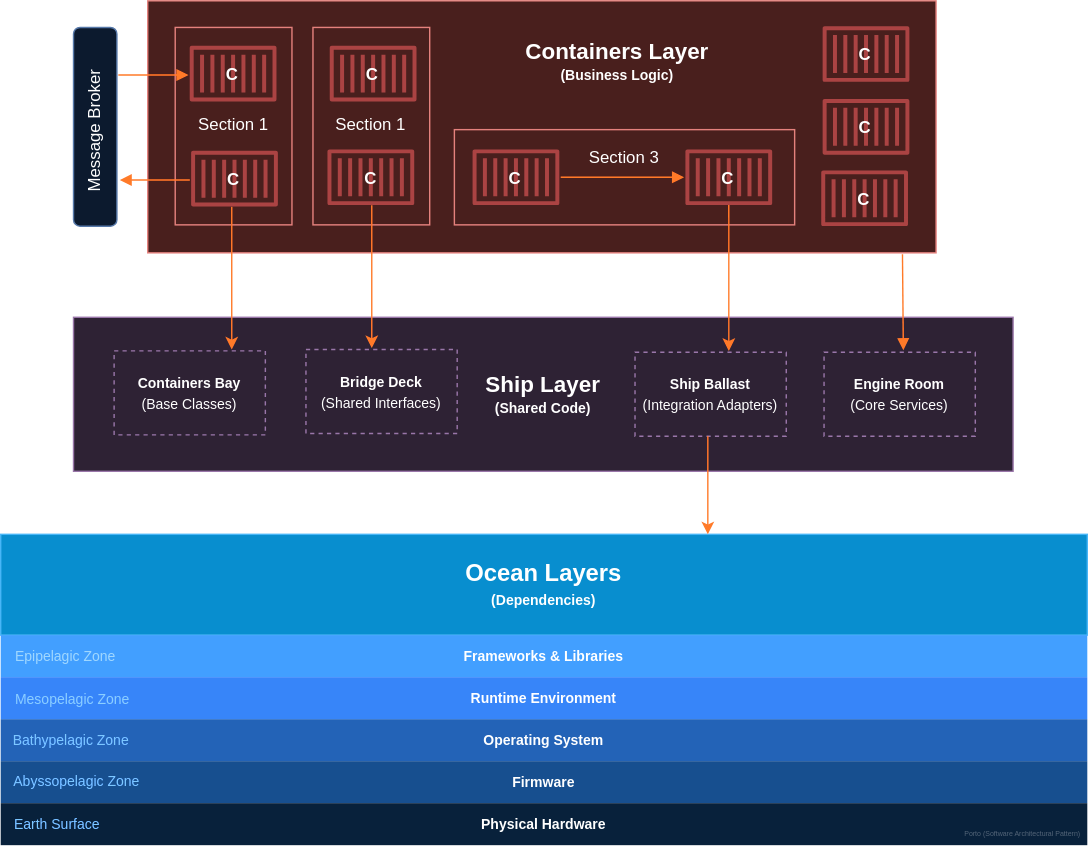
Earlier version of the draw.io export docs/static/img/diagrams/porto_layers.svg (Mahmoudz/Porto). Source tidied: cells renumbered, new cells last; positions are measured from the earlier drawing's top-left corner, leaving out a move shared by most shapes.
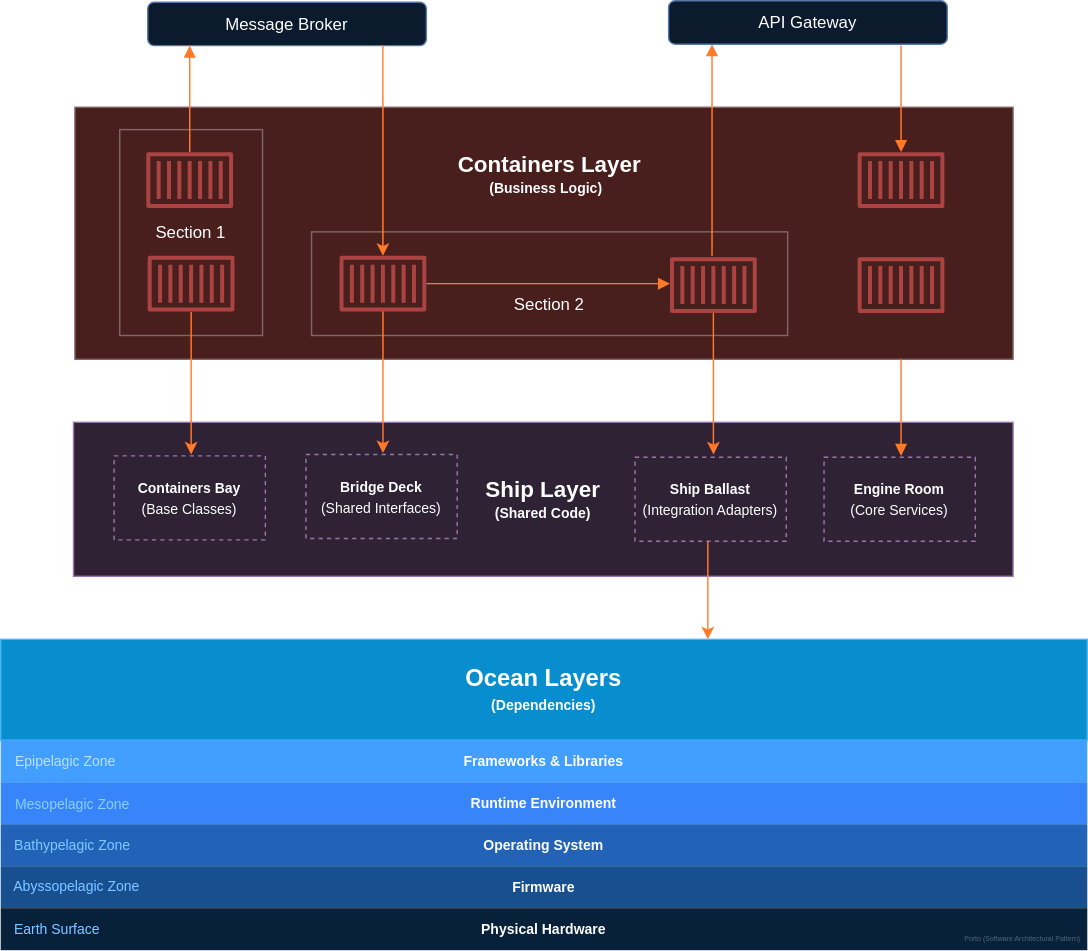
Later version of the same file.

The edit, as a diff of the source:
```diff
@@ -2,11 +2,11 @@
   <root>
     <mxCell id="0" />
     <mxCell id="1" parent="0" />
-    <mxCell id="2" style="rounded=0;whiteSpace=wrap;html=1;fillColor=#f8cecc;strokeColor=#b85450;" parent="1" vertex="1">
-      <mxGeometry x="105" width="563" height="180" as="geometry" />
+    <mxCell id="2" style="rounded=0;whiteSpace=wrap;html=1;fillColor=#f8cecc;strokeColor=#AB8E8D;" parent="1" vertex="1">
+      <mxGeometry x="53" y="1" width="670" height="180" as="geometry" />
     </mxCell>
-    <mxCell id="3" value="&lt;span style=&quot;font-weight: 400;&quot;&gt;Section 3&lt;/span&gt;&lt;div&gt;&lt;span style=&quot;font-weight: 400;&quot;&gt;&lt;br&gt;&lt;/span&gt;&lt;/div&gt;&lt;div&gt;&lt;span style=&quot;font-weight: 400;&quot;&gt;&lt;br&gt;&lt;/span&gt;&lt;/div&gt;" style="rounded=0;whiteSpace=wrap;html=1;fillColor=#f8cecc;strokeColor=#b85450;strokeWidth=1;fontStyle=1;" parent="1" vertex="1">
-      <mxGeometry x="324" y="92" width="243" height="68" as="geometry" />
+    <mxCell id="3" value="&lt;br&gt;&lt;div&gt;&lt;span style=&quot;font-weight: 400;&quot;&gt;&lt;br&gt;&lt;/span&gt;&lt;/div&gt;&lt;div&gt;&lt;span style=&quot;font-weight: 400;&quot;&gt;Section 2&lt;/span&gt;&lt;span style=&quot;font-weight: 400;&quot;&gt;&lt;br&gt;&lt;/span&gt;&lt;/div&gt;" style="rounded=0;whiteSpace=wrap;html=1;fillColor=#f8cecc;strokeColor=#AB8E8D;strokeWidth=1;fontStyle=1;" parent="1" vertex="1">
+      <mxGeometry x="222" y="90" width="340" height="74" as="geometry" />
     </mxCell>
     <mxCell id="4" value="&lt;div&gt;&lt;font color=&quot;#000000&quot;&gt;&lt;b style=&quot;background-color: initial;&quot;&gt;&lt;font style=&quot;font-size: 17px;&quot;&gt;Ocean Layers&lt;/font&gt;&lt;/b&gt;&lt;br&gt;&lt;/font&gt;&lt;/div&gt;&lt;div style=&quot;&quot;&gt;&lt;font color=&quot;#000000&quot;&gt;&lt;font style=&quot;font-size: 10px;&quot;&gt;&lt;b&gt;&lt;font style=&quot;font-size: 10px;&quot;&gt;(&lt;/font&gt;&lt;/b&gt;&lt;/font&gt;&lt;span style=&quot;background-color: initial; font-size: 10px;&quot;&gt;&lt;b&gt;Dependencies&lt;/b&gt;&lt;/span&gt;&lt;b style=&quot;font-size: 10px; background-color: initial;&quot;&gt;)&lt;/b&gt;&lt;/font&gt;&lt;/div&gt;" style="rounded=0;whiteSpace=wrap;html=1;fillColor=#1ba1e2;strokeColor=#006EAF;fontColor=#ffffff;" parent="1" vertex="1">
       <mxGeometry y="381" width="776" height="72" as="geometry" />
@@ -14,8 +14,8 @@
     <mxCell id="5" value="&lt;font size=&quot;1&quot;&gt;&lt;b style=&quot;&quot;&gt;&lt;span style=&quot;font-size: 16px;&quot;&gt;Ship Layer&lt;/span&gt;&lt;br&gt;(Shared Code)&lt;/b&gt;&lt;/font&gt;" style="rounded=0;whiteSpace=wrap;html=1;fillColor=#e1d5e7;strokeColor=#9673a6;" parent="1" vertex="1">
       <mxGeometry x="52" y="226" width="671" height="110" as="geometry" />
     </mxCell>
-    <mxCell id="6" value="&lt;font style=&quot;font-weight: normal;&quot;&gt;Section 1&lt;/font&gt;" style="rounded=0;whiteSpace=wrap;html=1;fillColor=#f8cecc;strokeColor=#b85450;strokeWidth=1;fontStyle=1;" parent="1" vertex="1">
-      <mxGeometry x="124.6" y="19" width="83.4" height="141" as="geometry" />
+    <mxCell id="6" value="&lt;font style=&quot;font-weight: normal;&quot;&gt;Section 1&lt;/font&gt;" style="rounded=0;whiteSpace=wrap;html=1;fillColor=#f8cecc;strokeColor=#AB8E8D;strokeWidth=1;fontStyle=1;" parent="1" vertex="1">
+      <mxGeometry x="85" y="17" width="102" height="147" as="geometry" />
     </mxCell>
     <mxCell id="7" value="&lt;font style=&quot;font-size: 10px;&quot;&gt;&lt;b&gt;Engine Room&lt;/b&gt;&lt;br&gt;(Core Services)&lt;/font&gt;" style="rounded=0;whiteSpace=wrap;html=1;fillColor=#e1d5e7;strokeColor=#9673a6;dashed=1;" parent="1" vertex="1">
       <mxGeometry x="588" y="251" width="108" height="60" as="geometry" />
@@ -35,25 +35,9 @@
     <mxCell id="12" value="&lt;font&gt;&lt;span style=&quot;font-size: 10px;&quot;&gt;&lt;b&gt;Operating System&lt;/b&gt;&lt;/span&gt;&lt;br&gt;&lt;/font&gt;" style="rounded=0;whiteSpace=wrap;html=1;fillColor=#6BABFF;strokeColor=none;fontColor=default;" parent="1" vertex="1">
       <mxGeometry y="513" width="776" height="30" as="geometry" />
     </mxCell>
-    <mxCell id="13" value="&lt;font style=&quot;font-weight: normal;&quot;&gt;Section 1&lt;/font&gt;" style="rounded=0;whiteSpace=wrap;html=1;fillColor=#f8cecc;strokeColor=#b85450;strokeWidth=1;fontStyle=1;" parent="1" vertex="1">
-      <mxGeometry x="223" y="19" width="83.4" height="141" as="geometry" />
-    </mxCell>
-    <mxCell id="14" style="group;" parent="1" vertex="1">
-      <mxGeometry x="233.4" y="106" width="61.9" height="40" as="geometry" />
-    </mxCell>
-    <mxCell id="15" style="group;" parent="14" vertex="1">
-      <mxGeometry width="61.9" height="40" as="geometry" />
-    </mxCell>
-    <mxCell id="16" style="sketch=0;fillColor=#F89090;dashed=0;verticalLabelPosition=bottom;verticalAlign=top;align=center;html=1;fontSize=12;fontStyle=1;shape=mxgraph.aws4.container_1;strokeColor=#b85450;fontColor=default;" parent="15" vertex="1">
-      <mxGeometry width="61.9" height="40" as="geometry" />
-    </mxCell>
-    <mxCell id="17" value="C" style="text;html=1;align=center;verticalAlign=middle;strokeColor=none;fillColor=none;fontStyle=1;fontColor=default;" parent="15" vertex="1">
-      <mxGeometry x="16.6" y="8" width="27" height="26" as="geometry" />
-    </mxCell>
-    <mxCell id="18" style="endArrow=none;html=1;rounded=0;startArrow=block;startFill=1;endFill=0;strokeColor=#e65200;" parent="1" edge="1">
+    <mxCell id="18" style="endArrow=none;html=1;rounded=0;startArrow=block;startFill=1;endFill=0;strokeColor=#e65200;" parent="1" edge="1" target="41">
       <mxGeometry relative="1" as="geometry">
-        <mxPoint x="488" y="126" as="sourcePoint" />
-        <mxPoint x="399.9" y="126" as="targetPoint" />
+        <mxPoint x="478" y="127" as="sourcePoint" />
       </mxGeometry>
     </mxCell>
     <mxCell id="19" value="&lt;font&gt;&lt;span style=&quot;font-size: 10px;&quot;&gt;&lt;b&gt;Firmware&lt;/b&gt;&lt;/span&gt;&lt;br&gt;&lt;/font&gt;" style="rounded=0;whiteSpace=wrap;html=1;fillColor=#87BFFF;strokeColor=none;fontColor=default;gradientColor=none;glass=0;" parent="1" vertex="1">
@@ -67,14 +51,14 @@
     </mxCell>
     <mxCell id="22" style="endArrow=classic;html=1;rounded=0;fontColor=default;strokeColor=#e65200;" parent="1" edge="1">
       <mxGeometry relative="1" as="geometry">
-        <mxPoint x="265" y="146" as="sourcePoint" />
-        <mxPoint x="265" y="248" as="targetPoint" />
+        <mxPoint x="273" y="146" as="sourcePoint" />
+        <mxPoint x="273" y="248" as="targetPoint" />
       </mxGeometry>
     </mxCell>
-    <mxCell id="23" style="endArrow=none;html=1;rounded=0;fontColor=default;strokeColor=#e65200;exitX=0.404;exitY=-0.009;exitDx=0;exitDy=0;startArrow=block;startFill=1;endFill=0;exitPerimeter=0;" parent="1" edge="1">
+    <mxCell id="23" style="endArrow=none;html=1;rounded=0;fontColor=default;strokeColor=#e65200;startArrow=block;startFill=1;endFill=0;" parent="1" edge="1">
       <mxGeometry relative="1" as="geometry">
-        <mxPoint x="644.6" y="249.5" as="sourcePoint" />
-        <mxPoint x="644" y="181" as="targetPoint" />
+        <mxPoint x="643" y="250" as="sourcePoint" />
+        <mxPoint x="643" y="181" as="targetPoint" />
       </mxGeometry>
     </mxCell>
     <mxCell id="24" style="endArrow=classic;html=1;rounded=0;fontColor=default;strokeColor=#e65200;" parent="1" edge="1">
@@ -85,136 +69,79 @@
     </mxCell>
     <mxCell id="25" style="endArrow=classic;html=1;rounded=0;fontColor=default;strokeColor=#e65200;" parent="1" edge="1" source="45">
       <mxGeometry relative="1" as="geometry">
-        <mxPoint x="520" y="250" as="targetPoint" />
+        <mxPoint x="509" y="249" as="targetPoint" />
       </mxGeometry>
     </mxCell>
     <mxCell id="26" style="endArrow=classic;html=1;rounded=0;fontColor=default;strokeColor=#e65200;" parent="1" edge="1">
       <mxGeometry relative="1" as="geometry">
-        <mxPoint x="165" y="147" as="sourcePoint" />
-        <mxPoint x="165" y="249" as="targetPoint" />
+        <mxPoint x="136" y="147" as="sourcePoint" />
+        <mxPoint x="136" y="249" as="targetPoint" />
       </mxGeometry>
     </mxCell>
     <mxCell id="27" style="group;" parent="1" vertex="1">
-      <mxGeometry x="136" y="107" width="61.9" height="40" as="geometry" />
+      <mxGeometry x="105" y="107" width="61.9" height="43" as="geometry" />
     </mxCell>
     <mxCell id="28" style="group;" parent="27" vertex="1">
-      <mxGeometry width="61.9" height="40" as="geometry" />
+      <mxGeometry width="61.9" height="43" as="geometry" />
     </mxCell>
     <mxCell id="29" style="sketch=0;fillColor=#F89090;dashed=0;verticalLabelPosition=bottom;verticalAlign=top;align=center;html=1;fontSize=12;fontStyle=1;shape=mxgraph.aws4.container_1;strokeColor=#b85450;fontColor=default;" parent="28" vertex="1">
       <mxGeometry width="61.9" height="40" as="geometry" />
     </mxCell>
-    <mxCell id="30" value="C" style="text;html=1;align=center;verticalAlign=middle;strokeColor=none;fillColor=none;fontStyle=1;fontColor=default;" parent="28" vertex="1">
-      <mxGeometry x="16.6" y="8" width="27" height="26" as="geometry" />
-    </mxCell>
     <mxCell id="31" style="group;" parent="1" vertex="1">
-      <mxGeometry x="135" y="32" width="61.9" height="40" as="geometry" />
+      <mxGeometry x="104" y="33" width="61.9" height="43" as="geometry" />
     </mxCell>
     <mxCell id="32" style="group;" parent="31" vertex="1">
-      <mxGeometry width="61.9" height="40" as="geometry" />
+      <mxGeometry width="61.9" height="43" as="geometry" />
     </mxCell>
     <mxCell id="33" style="sketch=0;fillColor=#F89090;dashed=0;verticalLabelPosition=bottom;verticalAlign=top;align=center;html=1;fontSize=12;fontStyle=1;shape=mxgraph.aws4.container_1;strokeColor=#b85450;fontColor=default;" parent="32" vertex="1">
       <mxGeometry width="61.9" height="40" as="geometry" />
     </mxCell>
-    <mxCell id="34" value="C" style="text;html=1;align=center;verticalAlign=middle;strokeColor=none;fillColor=none;fontStyle=1;fontColor=default;" parent="32" vertex="1">
-      <mxGeometry x="16.6" y="8" width="27" height="26" as="geometry" />
-    </mxCell>
-    <mxCell id="35" style="group;" parent="1" vertex="1">
-      <mxGeometry x="235" y="32" width="61.9" height="40" as="geometry" />
-    </mxCell>
-    <mxCell id="36" style="group;" parent="35" vertex="1">
-      <mxGeometry width="61.9" height="40" as="geometry" />
-    </mxCell>
-    <mxCell id="37" style="sketch=0;fillColor=#F89090;dashed=0;verticalLabelPosition=bottom;verticalAlign=top;align=center;html=1;fontSize=12;fontStyle=1;shape=mxgraph.aws4.container_1;strokeColor=#b85450;fontColor=default;" parent="36" vertex="1">
-      <mxGeometry width="61.9" height="40" as="geometry" />
-    </mxCell>
-    <mxCell id="38" value="C" style="text;html=1;align=center;verticalAlign=middle;strokeColor=none;fillColor=none;fontStyle=1;fontColor=default;" parent="36" vertex="1">
-      <mxGeometry x="16.6" y="8" width="27" height="26" as="geometry" />
-    </mxCell>
     <mxCell id="39" style="group;" parent="1" vertex="1">
-      <mxGeometry x="337" y="106" width="61.9" height="40" as="geometry" />
+      <mxGeometry x="242" y="107" width="61.9" height="43" as="geometry" />
     </mxCell>
     <mxCell id="40" style="group;" parent="39" vertex="1">
-      <mxGeometry width="61.9" height="40" as="geometry" />
+      <mxGeometry width="61.9" height="43" as="geometry" />
     </mxCell>
     <mxCell id="41" style="sketch=0;outlineConnect=0;fillColor=#F89090;dashed=0;verticalLabelPosition=bottom;verticalAlign=top;align=center;html=1;fontSize=12;fontStyle=1;shape=mxgraph.aws4.container_1;strokeColor=#b85450;fontColor=default;" parent="40" vertex="1">
       <mxGeometry width="61.9" height="40" as="geometry" />
     </mxCell>
-    <mxCell id="42" value="C" style="text;html=1;align=center;verticalAlign=middle;strokeColor=none;fillColor=none;fontStyle=1;fontColor=default;" parent="40" vertex="1">
-      <mxGeometry x="16.6" y="8" width="27" height="26" as="geometry" />
-    </mxCell>
     <mxCell id="43" style="group;" parent="1" vertex="1">
-      <mxGeometry x="489" y="106" width="61.9" height="40" as="geometry" />
+      <mxGeometry x="478" y="108" width="61.9" height="43" as="geometry" />
     </mxCell>
     <mxCell id="44" style="group;" parent="43" vertex="1">
-      <mxGeometry width="61.9" height="40" as="geometry" />
+      <mxGeometry width="61.9" height="43" as="geometry" />
     </mxCell>
     <mxCell id="45" style="sketch=0;outlineConnect=0;fillColor=#F89090;dashed=0;verticalLabelPosition=bottom;verticalAlign=top;align=center;html=1;fontSize=12;fontStyle=1;shape=mxgraph.aws4.container_1;strokeColor=#b85450;fontColor=default;" parent="44" vertex="1">
       <mxGeometry width="61.9" height="40" as="geometry" />
     </mxCell>
-    <mxCell id="46" value="C" style="text;html=1;align=center;verticalAlign=middle;strokeColor=none;fillColor=none;fontStyle=1;fontColor=default;" parent="44" vertex="1">
-      <mxGeometry x="16.6" y="8" width="27" height="26" as="geometry" />
-    </mxCell>
     <mxCell id="47" style="group;" parent="1" vertex="1">
-      <mxGeometry x="586" y="121" width="61.9" height="40" as="geometry" />
+      <mxGeometry x="612" y="108" width="61.9" height="43" as="geometry" />
     </mxCell>
     <mxCell id="48" style="group;" parent="47" vertex="1">
-      <mxGeometry width="61.9" height="40" as="geometry" />
+      <mxGeometry width="61.9" height="43" as="geometry" />
     </mxCell>
     <mxCell id="49" style="sketch=0;fillColor=#F89090;dashed=0;verticalLabelPosition=bottom;verticalAlign=top;align=center;html=1;fontSize=12;fontStyle=1;shape=mxgraph.aws4.container_1;strokeColor=#b85450;fontColor=default;" parent="48" vertex="1">
       <mxGeometry width="61.9" height="40" as="geometry" />
     </mxCell>
-    <mxCell id="50" value="C" style="text;html=1;align=center;verticalAlign=middle;strokeColor=none;fillColor=none;fontStyle=1;fontColor=default;" parent="48" vertex="1">
-      <mxGeometry x="16.6" y="8" width="27" height="26" as="geometry" />
-    </mxCell>
-    <mxCell id="51" style="group;" parent="1" vertex="1">
-      <mxGeometry x="587" y="18" width="61.9" height="40" as="geometry" />
-    </mxCell>
-    <mxCell id="52" style="group;" parent="51" vertex="1">
-      <mxGeometry width="61.9" height="40" as="geometry" />
-    </mxCell>
-    <mxCell id="53" style="sketch=0;fillColor=#F89090;dashed=0;verticalLabelPosition=bottom;verticalAlign=top;align=center;html=1;fontSize=12;fontStyle=1;shape=mxgraph.aws4.container_1;strokeColor=#b85450;fontColor=default;" parent="52" vertex="1">
-      <mxGeometry width="61.9" height="40" as="geometry" />
-    </mxCell>
-    <mxCell id="54" value="C" style="text;html=1;align=center;verticalAlign=middle;strokeColor=none;fillColor=none;fontStyle=1;fontColor=default;" parent="52" vertex="1">
-      <mxGeometry x="16.6" y="8" width="27" height="26" as="geometry" />
-    </mxCell>
     <mxCell id="55" style="group;" parent="1" vertex="1">
-      <mxGeometry x="587" y="70" width="61.9" height="40" as="geometry" />
+      <mxGeometry x="612" y="33" width="61.9" height="43" as="geometry" />
     </mxCell>
     <mxCell id="56" style="group;" parent="55" vertex="1">
-      <mxGeometry width="61.9" height="40" as="geometry" />
+      <mxGeometry width="61.9" height="43" as="geometry" />
     </mxCell>
     <mxCell id="57" style="sketch=0;fillColor=#F89090;dashed=0;verticalLabelPosition=bottom;verticalAlign=top;align=center;html=1;fontSize=12;fontStyle=1;shape=mxgraph.aws4.container_1;strokeColor=#b85450;fontColor=default;" parent="56" vertex="1">
       <mxGeometry width="61.9" height="40" as="geometry" />
     </mxCell>
-    <mxCell id="58" value="C" style="text;html=1;align=center;verticalAlign=middle;strokeColor=none;fillColor=none;fontStyle=1;fontColor=default;" parent="56" vertex="1">
-      <mxGeometry x="16.6" y="8" width="27" height="26" as="geometry" />
-    </mxCell>
-    <mxCell id="59" value="&lt;b&gt;&lt;font style=&quot;font-size: 16px;&quot;&gt;Containers Layer &lt;/font&gt;&lt;br&gt;&lt;font style=&quot;font-size: 10px;&quot;&gt;(Business Logic)&lt;/font&gt;&lt;/b&gt;" style="text;html=1;align=center;verticalAlign=middle;strokeColor=none;fillColor=none;" parent="1" vertex="1">
-      <mxGeometry x="365" y="20" width="149" height="46" as="geometry" />
+    <mxCell id="59" value="&lt;b&gt;&lt;font style=&quot;font-size: 16px;&quot;&gt;&amp;nbsp; &amp;nbsp;Containers Layer &lt;/font&gt;&lt;br&gt;&lt;font style=&quot;font-size: 10px;&quot;&gt;&amp;nbsp; &amp;nbsp;(Business Logic)&lt;/font&gt;&lt;/b&gt;" style="text;html=1;align=center;verticalAlign=middle;strokeColor=none;fillColor=none;" parent="1" vertex="1">
+      <mxGeometry x="304" y="26" width="162" height="46" as="geometry" />
     </mxCell>
-    <mxCell id="60" style="rounded=1;whiteSpace=wrap;html=1;fillColor=#dae8fc;strokeColor=#6c8ebf;direction=south;" parent="1" vertex="1">
-      <mxGeometry x="52" y="19" width="31" height="142" as="geometry" />
+    <mxCell id="60" value="&lt;span style=&quot;text-wrap: nowrap;&quot;&gt;Message Broker&lt;/span&gt;" style="rounded=1;whiteSpace=wrap;html=1;fillColor=#dae8fc;strokeColor=#6c8ebf;direction=west;" parent="1" vertex="1">
+      <mxGeometry x="105" y="-74" width="199" height="31" as="geometry" />
     </mxCell>
-    <mxCell id="61" value="Message Broker" style="text;html=1;align=center;verticalAlign=middle;strokeColor=none;fillColor=none;rotation=270;" parent="1" vertex="1">
-      <mxGeometry x="15" y="81" width="105" height="26" as="geometry" />
-    </mxCell>
-    <mxCell id="62" style="endArrow=none;html=1;rounded=0;startArrow=block;startFill=1;endFill=0;strokeColor=#e65200;" parent="1" edge="1">
-      <mxGeometry relative="1" as="geometry">
-        <mxPoint x="134.1" y="53" as="sourcePoint" />
-        <mxPoint x="84" y="53" as="targetPoint" />
-      </mxGeometry>
-    </mxCell>
-    <mxCell id="63" style="endArrow=block;html=1;rounded=0;startArrow=none;startFill=0;endFill=1;strokeColor=#e65200;" parent="1" edge="1">
-      <mxGeometry relative="1" as="geometry">
-        <mxPoint x="135.1" y="128" as="sourcePoint" />
-        <mxPoint x="85" y="128" as="targetPoint" />
-      </mxGeometry>
-    </mxCell>
     <mxCell id="64" value="&lt;font style=&quot;font-size: 5px;&quot;&gt;Porto (Software Architectural Pattern)&lt;/font&gt;" style="text;html=1;align=center;verticalAlign=middle;whiteSpace=wrap;rounded=0;fontColor=#8FA0B3;" parent="1" vertex="1">
       <mxGeometry x="685" y="583" width="90" height="20" as="geometry" />
     </mxCell>
-    <mxCell id="65" value="&lt;font style=&quot;font-size: 10px;&quot;&gt;Epipelagic Zone&lt;/font&gt;" style="text;html=1;align=center;verticalAlign=middle;strokeColor=none;fillColor=none;fontColor=#003870;" parent="1" vertex="1">
+    <mxCell id="65" value="&lt;font color=&quot;#002952&quot; style=&quot;font-size: 10px;&quot;&gt;Epipelagic Zone&lt;/font&gt;" style="text;html=1;align=center;verticalAlign=middle;strokeColor=none;fillColor=none;fontColor=#003870;" parent="1" vertex="1">
       <mxGeometry x="1" y="455" width="90" height="26" as="geometry" />
     </mxCell>
     <mxCell id="66" value="&lt;font style=&quot;font-size: 10px;&quot;&gt;Mesopelagic Zone&lt;/font&gt;" style="text;html=1;align=center;verticalAlign=middle;strokeColor=none;fillColor=none;fontColor=#00448A;" parent="1" vertex="1">
@@ -229,5 +156,31 @@
     <mxCell id="69" value="&lt;font style=&quot;font-size: 10px;&quot;&gt;Earth Surface&lt;/font&gt;" style="text;html=1;align=center;verticalAlign=middle;strokeColor=none;fillColor=none;fontColor=#004C99;" parent="1" vertex="1">
       <mxGeometry y="575" width="79" height="26" as="geometry" />
     </mxCell>
+    <mxCell id="70" style="endArrow=none;html=1;rounded=0;fontColor=default;strokeColor=#e65200;startArrow=block;startFill=1;endFill=0;" parent="1" edge="1">
+      <mxGeometry relative="1" as="geometry">
+        <mxPoint x="135" y="-43" as="sourcePoint" />
+        <mxPoint x="135" y="33" as="targetPoint" />
+      </mxGeometry>
+    </mxCell>
+    <mxCell id="71" style="endArrow=classic;html=1;rounded=0;fontColor=default;strokeColor=#e65200;exitX=0.165;exitY=0;exitDx=0;exitDy=0;exitPerimeter=0;" parent="1" edge="1" target="41">
+      <mxGeometry relative="1" as="geometry">
+        <mxPoint x="272.9" y="-43" as="sourcePoint" />
+      </mxGeometry>
+    </mxCell>
+    <mxCell id="72" style="endArrow=none;html=1;rounded=0;fontColor=default;strokeColor=#e65200;exitX=0.165;exitY=0;exitDx=0;exitDy=0;exitPerimeter=0;startArrow=block;startFill=1;endFill=0;" parent="1" edge="1">
+      <mxGeometry relative="1" as="geometry">
+        <mxPoint x="508" y="-44" as="sourcePoint" />
+        <mxPoint x="508" y="107" as="targetPoint" />
+      </mxGeometry>
+    </mxCell>
+    <mxCell id="73" style="endArrow=block;html=1;rounded=0;fontColor=default;strokeColor=#e65200;startArrow=none;startFill=0;endFill=1;" parent="1" edge="1">
+      <mxGeometry relative="1" as="geometry">
+        <mxPoint x="643" y="-43" as="sourcePoint" />
+        <mxPoint x="643" y="33" as="targetPoint" />
+      </mxGeometry>
+    </mxCell>
+    <mxCell id="74" value="&lt;span style=&quot;text-wrap: nowrap;&quot;&gt;API Gateway&lt;/span&gt;" style="rounded=1;whiteSpace=wrap;html=1;fillColor=#dae8fc;strokeColor=#6c8ebf;direction=west;" parent="1" vertex="1">
+      <mxGeometry x="477" y="-75" width="199" height="31" as="geometry" />
+    </mxCell>
   </root>
 </mxGraphModel>
```
